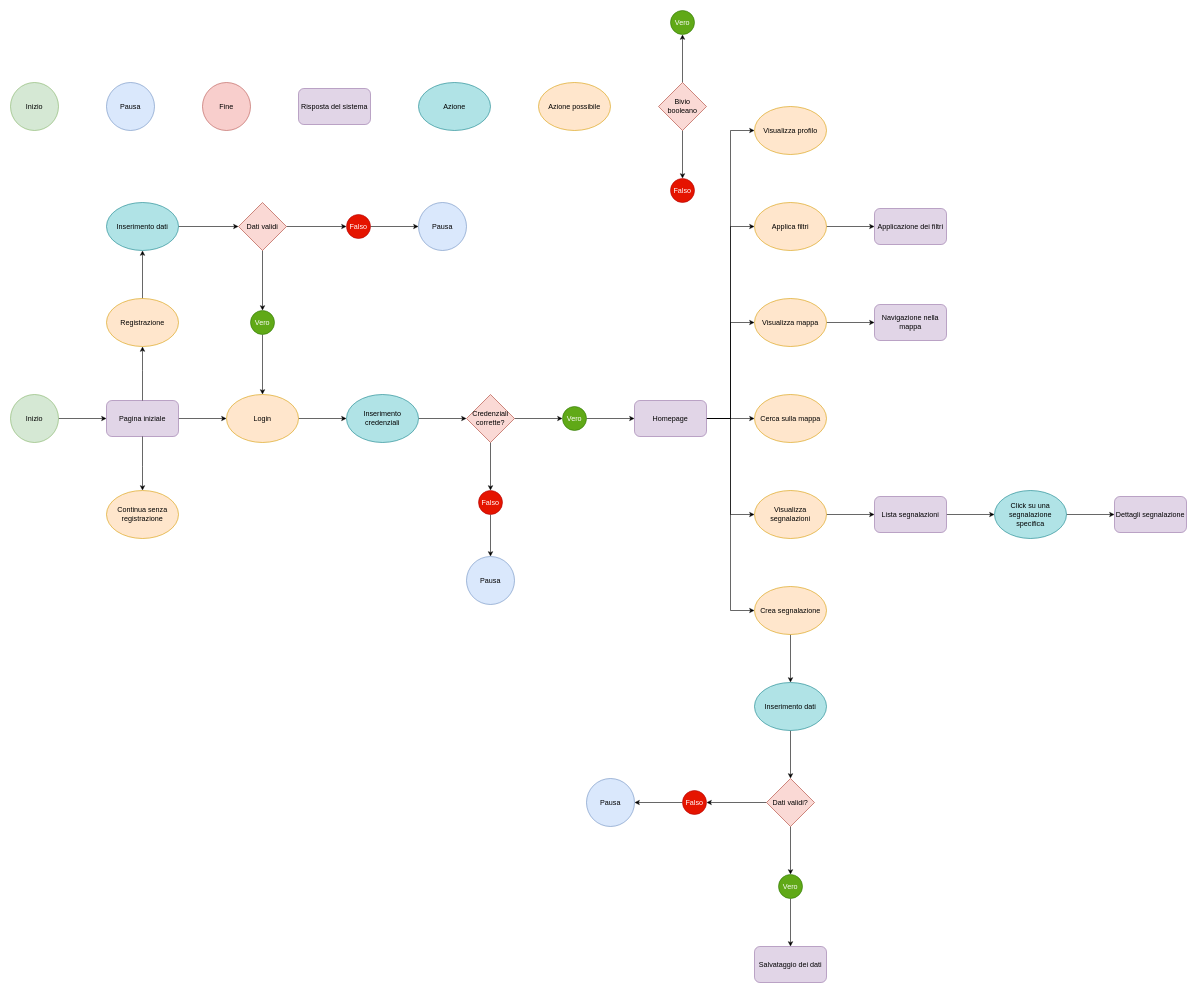
This is NuovoUserFlow.drawio from LucaBarbolini/Prova1, a draw.io file, before an edit. Source tidied: cells renumbered, new cells numbered last; positions are measured from the earlier drawing's top-left corner, leaving out a move shared by most shapes. Both pictures are drawn from the tidied source at 60%, with x=0, y=0 at pixel (10, 10).
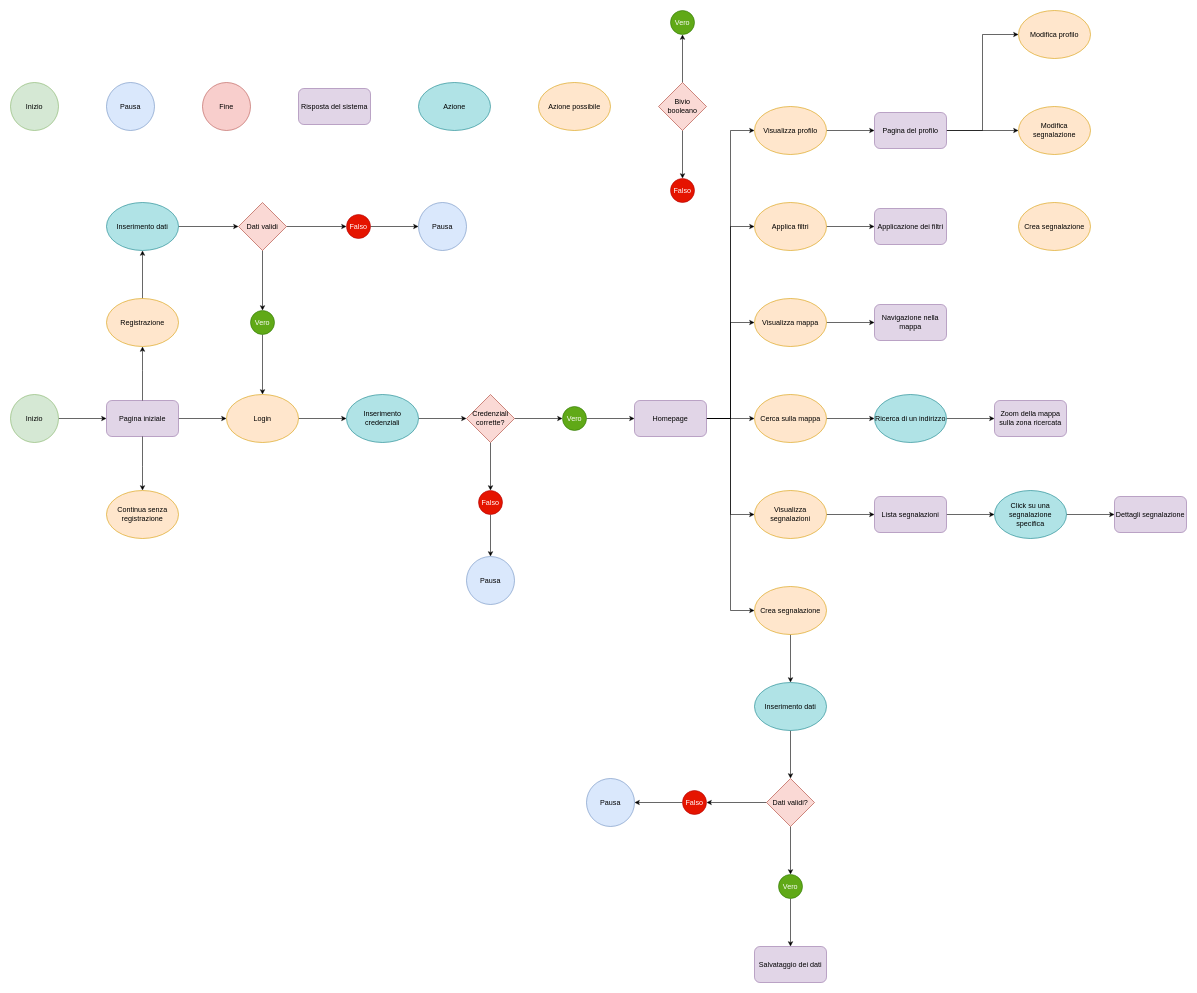
After the change.

The change refers to these unchanged cells:
```xml
<mxCell id="44" value="Visualizza profilo" style="ellipse;whiteSpace=wrap;html=1;fillColor=#ffe6cc;strokeColor=#d79b00;" parent="1" vertex="1">
  <mxGeometry x="1240" y="160" width="120" height="80" as="geometry" />
</mxCell>
<mxCell id="49" value="Cerca sulla mappa" style="ellipse;whiteSpace=wrap;html=1;fillColor=#ffe6cc;strokeColor=#d79b00;" parent="1" vertex="1">
  <mxGeometry x="1240" y="640" width="120" height="80" as="geometry" />
</mxCell>
```

The edit, as a diff of the source:
```diff
@@
+    <mxCell id="79" style="edgeStyle=orthogonalEdgeStyle;rounded=0;jettySize=auto;html=1;exitX=1;exitY=0.5;exitDx=0;exitDy=0;entryX=0;entryY=0.5;entryDx=0;entryDy=0;" parent="1" edge="1" source="44" target="83">
+      <mxGeometry relative="1" as="geometry" />
+    </mxCell>
@@
+    <mxCell id="80" style="edgeStyle=orthogonalEdgeStyle;rounded=0;jettySize=auto;html=1;exitX=1;exitY=0.5;exitDx=0;exitDy=0;entryX=0;entryY=0.5;entryDx=0;entryDy=0;" parent="1" edge="1" source="49" target="85">
+      <mxGeometry relative="1" as="geometry" />
+    </mxCell>
@@
+    <mxCell id="81" style="edgeStyle=orthogonalEdgeStyle;rounded=0;jettySize=auto;html=1;entryX=0;entryY=0.5;entryDx=0;entryDy=0;exitX=1;exitY=0.5;exitDx=0;exitDy=0;" parent="1" edge="1" source="83" target="88">
+      <mxGeometry relative="1" as="geometry" />
+    </mxCell>
+    <mxCell id="82" style="edgeStyle=orthogonalEdgeStyle;rounded=0;jettySize=auto;html=1;exitX=1;exitY=0.5;exitDx=0;exitDy=0;entryX=0;entryY=0.5;entryDx=0;entryDy=0;" parent="1" edge="1" source="83" target="87">
+      <mxGeometry relative="1" as="geometry" />
+    </mxCell>
+    <mxCell id="83" value="Pagina del profilo" style="rounded=1;whiteSpace=wrap;html=1;fillColor=#e1d5e7;strokeColor=#9673a6;" parent="1" vertex="1">
+      <mxGeometry x="1440" y="170" width="120" height="60" as="geometry" />
+    </mxCell>
+    <mxCell id="84" style="edgeStyle=orthogonalEdgeStyle;rounded=0;jettySize=auto;html=1;exitX=1;exitY=0.5;exitDx=0;exitDy=0;entryX=0;entryY=0.5;entryDx=0;entryDy=0;" parent="1" edge="1" source="85" target="86">
+      <mxGeometry relative="1" as="geometry" />
+    </mxCell>
+    <mxCell id="85" value="Ricerca di un indirizzo" style="ellipse;whiteSpace=wrap;html=1;fillColor=#b0e3e6;strokeColor=#0e8088;" parent="1" vertex="1">
+      <mxGeometry x="1440" y="640" width="120" height="80" as="geometry" />
+    </mxCell>
+    <mxCell id="86" value="Zoom della mappa sulla zona ricercata" style="rounded=1;whiteSpace=wrap;html=1;fillColor=#e1d5e7;strokeColor=#9673a6;" parent="1" vertex="1">
+      <mxGeometry x="1640" y="650" width="120" height="60" as="geometry" />
+    </mxCell>
+    <mxCell id="87" value="Modifica profilo" style="ellipse;whiteSpace=wrap;html=1;fillColor=#ffe6cc;strokeColor=#d79b00;" parent="1" vertex="1">
+      <mxGeometry x="1680" width="120" height="80" as="geometry" />
+    </mxCell>
+    <mxCell id="88" value="Modifica segnalazione" style="ellipse;whiteSpace=wrap;html=1;fillColor=#ffe6cc;strokeColor=#d79b00;" parent="1" vertex="1">
+      <mxGeometry x="1680" y="160" width="120" height="80" as="geometry" />
+    </mxCell>
+    <mxCell id="89" value="Crea segnalazione" style="ellipse;whiteSpace=wrap;html=1;fillColor=#ffe6cc;strokeColor=#d79b00;" parent="1" vertex="1">
+      <mxGeometry x="1680" y="320" width="120" height="80" as="geometry" />
+    </mxCell>
```
